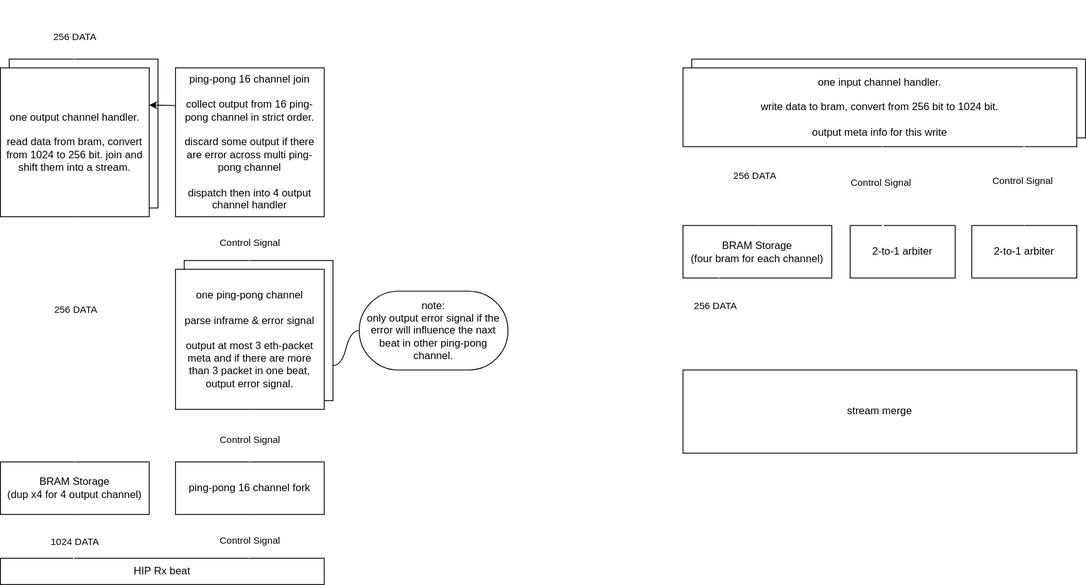
Above: docs/mac.drawio.svg in myrfy001/open-rdma-rtl (draw.io), before the change. Source tidied: cells renumbered, new cells last; positions are measured from the earlier drawing's top-left corner, leaving out a move shared by most shapes. Source of this version:
```xml
<mxGraphModel>
  <root>
    <mxCell id="0" />
    <mxCell id="1" parent="0" />
    <mxCell id="2" style="rounded=0;whiteSpace=wrap;html=1;" parent="1" vertex="1">
      <mxGeometry x="790" y="60" width="450" height="90" as="geometry" />
    </mxCell>
    <mxCell id="3" style="rounded=0;whiteSpace=wrap;html=1;" parent="1" vertex="1">
      <mxGeometry x="10" y="60" width="170" height="170" as="geometry" />
    </mxCell>
    <mxCell id="4" style="rounded=0;whiteSpace=wrap;html=1;" parent="1" vertex="1">
      <mxGeometry x="210" y="290" width="170" height="160" as="geometry" />
    </mxCell>
    <mxCell id="5" value="HIP Rx beat" style="rounded=0;whiteSpace=wrap;html=1;" parent="1" vertex="1">
      <mxGeometry y="630" width="370" height="30" as="geometry" />
    </mxCell>
    <mxCell id="6" value="ping-pong 16 channel fork" style="rounded=0;whiteSpace=wrap;html=1;" parent="1" vertex="1">
      <mxGeometry x="200" y="520" width="170" height="60" as="geometry" />
    </mxCell>
    <mxCell id="7" value="BRAM Storage&lt;br&gt;(dup x4 for 4 output channel)" style="rounded=0;whiteSpace=wrap;html=1;" parent="1" vertex="1">
      <mxGeometry y="520" width="170" height="60" as="geometry" />
    </mxCell>
    <mxCell id="8" style="endArrow=classic;html=1;rounded=0;strokeColor=#FFFFFF;entryX=0.5;entryY=1;entryDx=0;entryDy=0;exitX=0.226;exitY=0.018;exitDx=0;exitDy=0;exitPerimeter=0;" parent="1" edge="1" source="5" target="7">
      <mxGeometry relative="1" as="geometry" />
    </mxCell>
    <mxCell id="9" value="1024 DATA" style="edgeLabel;html=1;align=center;verticalAlign=middle;" parent="8" vertex="1">
      <mxGeometry x="0.34" y="-2" relative="1" as="geometry">
        <mxPoint x="-2" y="14" as="offset" />
      </mxGeometry>
    </mxCell>
    <mxCell id="10" style="endArrow=classic;html=1;rounded=0;strokeColor=#FFFFFF;entryX=0.5;entryY=1;entryDx=0;entryDy=0;" parent="1" edge="1">
      <mxGeometry relative="1" as="geometry">
        <mxPoint x="284.6" y="630" as="sourcePoint" />
        <mxPoint x="284.6" y="580" as="targetPoint" />
      </mxGeometry>
    </mxCell>
    <mxCell id="11" value="Control Signal" style="edgeLabel;html=1;align=center;verticalAlign=middle;" parent="10" vertex="1">
      <mxGeometry x="0.34" y="-2" relative="1" as="geometry">
        <mxPoint x="-2" y="14" as="offset" />
      </mxGeometry>
    </mxCell>
    <mxCell id="12" value="one ping-pong channel&lt;br&gt;&lt;br&gt;parse inframe &amp;amp; error signal&lt;br&gt;&lt;br&gt;output at most 3 eth-packet meta and if there are more than 3 packet in one beat, output error signal." style="rounded=0;whiteSpace=wrap;html=1;" parent="1" vertex="1">
      <mxGeometry x="200" y="300" width="170" height="160" as="geometry" />
    </mxCell>
    <mxCell id="13" value="ping-pong 16 channel join&lt;br&gt;&lt;br&gt;collect output from 16 ping-pong channel in strict order.&lt;br&gt;&lt;br&gt;discard some output if there are error across multi ping-pong channel&lt;br&gt;&lt;br&gt;dispatch then into 4 output channel handler" style="rounded=0;whiteSpace=wrap;html=1;" parent="1" vertex="1">
      <mxGeometry x="200" y="70" width="170" height="170" as="geometry" />
    </mxCell>
    <mxCell id="14" style="endArrow=classic;html=1;rounded=0;strokeColor=#FFFFFF;entryX=0.5;entryY=1;entryDx=0;entryDy=0;" parent="1" edge="1" target="12">
      <mxGeometry relative="1" as="geometry">
        <mxPoint x="284.6" y="520" as="sourcePoint" />
      </mxGeometry>
    </mxCell>
    <mxCell id="15" value="Control Signal" style="edgeLabel;html=1;align=center;verticalAlign=middle;" parent="14" vertex="1">
      <mxGeometry x="0.34" y="-2" relative="1" as="geometry">
        <mxPoint x="-2" y="14" as="offset" />
      </mxGeometry>
    </mxCell>
    <mxCell id="16" style="endArrow=classic;html=1;rounded=0;strokeColor=#FFFFFF;entryX=0.5;entryY=1;entryDx=0;entryDy=0;" parent="1" edge="1">
      <mxGeometry relative="1" as="geometry">
        <mxPoint x="284.6" y="290" as="sourcePoint" />
        <mxPoint x="284.6" y="240" as="targetPoint" />
      </mxGeometry>
    </mxCell>
    <mxCell id="17" value="Control Signal" style="edgeLabel;html=1;align=center;verticalAlign=middle;" parent="16" vertex="1">
      <mxGeometry x="0.34" y="-2" relative="1" as="geometry">
        <mxPoint x="-2" y="14" as="offset" />
      </mxGeometry>
    </mxCell>
    <mxCell id="18" value="note:&lt;br&gt;only output error signal if the error will influence the naxt beat in other ping-pong channel." style="whiteSpace=wrap;html=1;rounded=1;arcSize=50;align=center;verticalAlign=middle;strokeWidth=1;spacing=4;newEdgeStyle={&quot;edgeStyle&quot;:&quot;entityRelationEdgeStyle&quot;,&quot;startArrow&quot;:&quot;none&quot;,&quot;endArrow&quot;:&quot;none&quot;,&quot;segment&quot;:10,&quot;curved&quot;:1,&quot;sourcePerimeterSpacing&quot;:0,&quot;targetPerimeterSpacing&quot;:0};" parent="1" vertex="1">
      <mxGeometry x="410" y="325" width="170" height="90" as="geometry" />
    </mxCell>
    <mxCell id="19" style="edgeStyle=entityRelationEdgeStyle;startArrow=none;endArrow=none;segment=10;curved=1;sourcePerimeterSpacing=0;targetPerimeterSpacing=0;exitX=1;exitY=0.75;exitDx=0;exitDy=0;" parent="1" edge="1" source="4" target="18">
      <mxGeometry relative="1" as="geometry" />
    </mxCell>
    <mxCell id="20" value="one output channel handler.&lt;br&gt;&lt;br&gt;read data from bram, convert from 1024 to 256 bit. join and shift them into a stream." style="rounded=0;whiteSpace=wrap;html=1;" parent="1" vertex="1">
      <mxGeometry y="70" width="170" height="170" as="geometry" />
    </mxCell>
    <mxCell id="21" style="endArrow=none;startArrow=classic;html=1;exitX=1;exitY=0.25;exitDx=0;exitDy=0;endFill=0;" parent="1" edge="1" source="20">
      <mxGeometry relative="1" as="geometry">
        <mxPoint x="200" y="113" as="targetPoint" />
      </mxGeometry>
    </mxCell>
    <mxCell id="22" style="endArrow=classic;html=1;rounded=0;strokeColor=#FFFFFF;exitX=0.5;exitY=0;exitDx=0;exitDy=0;" parent="1" edge="1" source="7" target="20">
      <mxGeometry relative="1" as="geometry" />
    </mxCell>
    <mxCell id="23" value="256&amp;nbsp;DATA" style="edgeLabel;html=1;align=center;verticalAlign=middle;" parent="22" vertex="1">
      <mxGeometry x="0.34" y="-2" relative="1" as="geometry">
        <mxPoint x="-2" y="14" as="offset" />
      </mxGeometry>
    </mxCell>
    <mxCell id="24" style="endArrow=classic;html=1;rounded=0;strokeColor=#FFFFFF;exitX=0.5;exitY=0;exitDx=0;exitDy=0;" parent="1" edge="1">
      <mxGeometry relative="1" as="geometry">
        <mxPoint x="84.4" y="60" as="sourcePoint" />
        <mxPoint x="84" as="targetPoint" />
      </mxGeometry>
    </mxCell>
    <mxCell id="25" value="256&amp;nbsp;DATA" style="edgeLabel;html=1;align=center;verticalAlign=middle;" parent="24" vertex="1">
      <mxGeometry x="0.34" y="-2" relative="1" as="geometry">
        <mxPoint x="-2" y="14" as="offset" />
      </mxGeometry>
    </mxCell>
    <mxCell id="26" value="one input channel handler.&lt;br&gt;&lt;br&gt;write data to bram, convert from 256 bit to 1024 bit.&amp;nbsp;&lt;br&gt;&lt;br&gt;output meta info for this write" style="rounded=0;whiteSpace=wrap;html=1;" parent="1" vertex="1">
      <mxGeometry x="780" y="70" width="450" height="90" as="geometry" />
    </mxCell>
    <mxCell id="27" value="&amp;nbsp;2-to-1 arbiter&lt;br&gt;" style="rounded=0;whiteSpace=wrap;html=1;" parent="1" vertex="1">
      <mxGeometry x="971" y="250" width="120" height="60" as="geometry" />
    </mxCell>
    <mxCell id="28" value="BRAM Storage&lt;br&gt;(four bram for each channel)" style="rounded=0;whiteSpace=wrap;html=1;" parent="1" vertex="1">
      <mxGeometry x="780" y="250" width="170" height="60" as="geometry" />
    </mxCell>
    <mxCell id="29" style="endArrow=classic;html=1;rounded=0;strokeColor=#FFFFFF;entryX=0.5;entryY=0;entryDx=0;entryDy=0;exitX=0.192;exitY=1.014;exitDx=0;exitDy=0;exitPerimeter=0;" parent="1" edge="1" source="26" target="28">
      <mxGeometry relative="1" as="geometry" />
    </mxCell>
    <mxCell id="30" value="256&amp;nbsp;DATA" style="edgeLabel;html=1;align=center;verticalAlign=middle;" parent="29" vertex="1">
      <mxGeometry x="0.34" y="-2" relative="1" as="geometry">
        <mxPoint x="-2" y="-29" as="offset" />
      </mxGeometry>
    </mxCell>
    <mxCell id="31" value="&amp;nbsp;2-to-1 arbiter&lt;br&gt;" style="rounded=0;whiteSpace=wrap;html=1;" parent="1" vertex="1">
      <mxGeometry x="1110" y="250" width="120" height="60" as="geometry" />
    </mxCell>
    <mxCell id="32" style="endArrow=classic;html=1;rounded=0;strokeColor=#FFFFFF;entryX=0.311;entryY=0.037;entryDx=0;entryDy=0;entryPerimeter=0;" parent="1" edge="1" target="27">
      <mxGeometry relative="1" as="geometry">
        <mxPoint x="1008" y="160" as="sourcePoint" />
      </mxGeometry>
    </mxCell>
    <mxCell id="33" value="Control Signal" style="edgeLabel;html=1;align=center;verticalAlign=middle;" parent="32" vertex="1">
      <mxGeometry x="0.34" y="-2" relative="1" as="geometry">
        <mxPoint x="-1" y="-22" as="offset" />
      </mxGeometry>
    </mxCell>
    <mxCell id="34" style="endArrow=classic;html=1;rounded=0;strokeColor=#FFFFFF;entryX=0.311;entryY=0.037;entryDx=0;entryDy=0;entryPerimeter=0;" parent="1" edge="1">
      <mxGeometry relative="1" as="geometry">
        <mxPoint x="1169.8" y="158" as="sourcePoint" />
        <mxPoint x="1170.1" y="250.2" as="targetPoint" />
      </mxGeometry>
    </mxCell>
    <mxCell id="35" value="Control Signal" style="edgeLabel;html=1;align=center;verticalAlign=middle;" parent="34" vertex="1">
      <mxGeometry x="0.34" y="-2" relative="1" as="geometry">
        <mxPoint x="-1" y="-22" as="offset" />
      </mxGeometry>
    </mxCell>
    <mxCell id="36" value="stream merge" style="rounded=0;whiteSpace=wrap;html=1;" parent="1" vertex="1">
      <mxGeometry x="780" y="415" width="450" height="95" as="geometry" />
    </mxCell>
    <mxCell id="37" style="endArrow=classic;html=1;rounded=0;strokeColor=#FFFFFF;entryX=0.5;entryY=0;entryDx=0;entryDy=0;exitX=0.192;exitY=1.014;exitDx=0;exitDy=0;exitPerimeter=0;" parent="1" edge="1">
      <mxGeometry relative="1" as="geometry">
        <mxPoint x="821.4" y="310" as="sourcePoint" />
        <mxPoint x="820" y="398.7" as="targetPoint" />
      </mxGeometry>
    </mxCell>
    <mxCell id="38" value="256&amp;nbsp;DATA" style="edgeLabel;html=1;align=center;verticalAlign=middle;" parent="37" vertex="1">
      <mxGeometry x="0.34" y="-2" relative="1" as="geometry">
        <mxPoint x="-2" y="-29" as="offset" />
      </mxGeometry>
    </mxCell>
  </root>
</mxGraphModel>
```
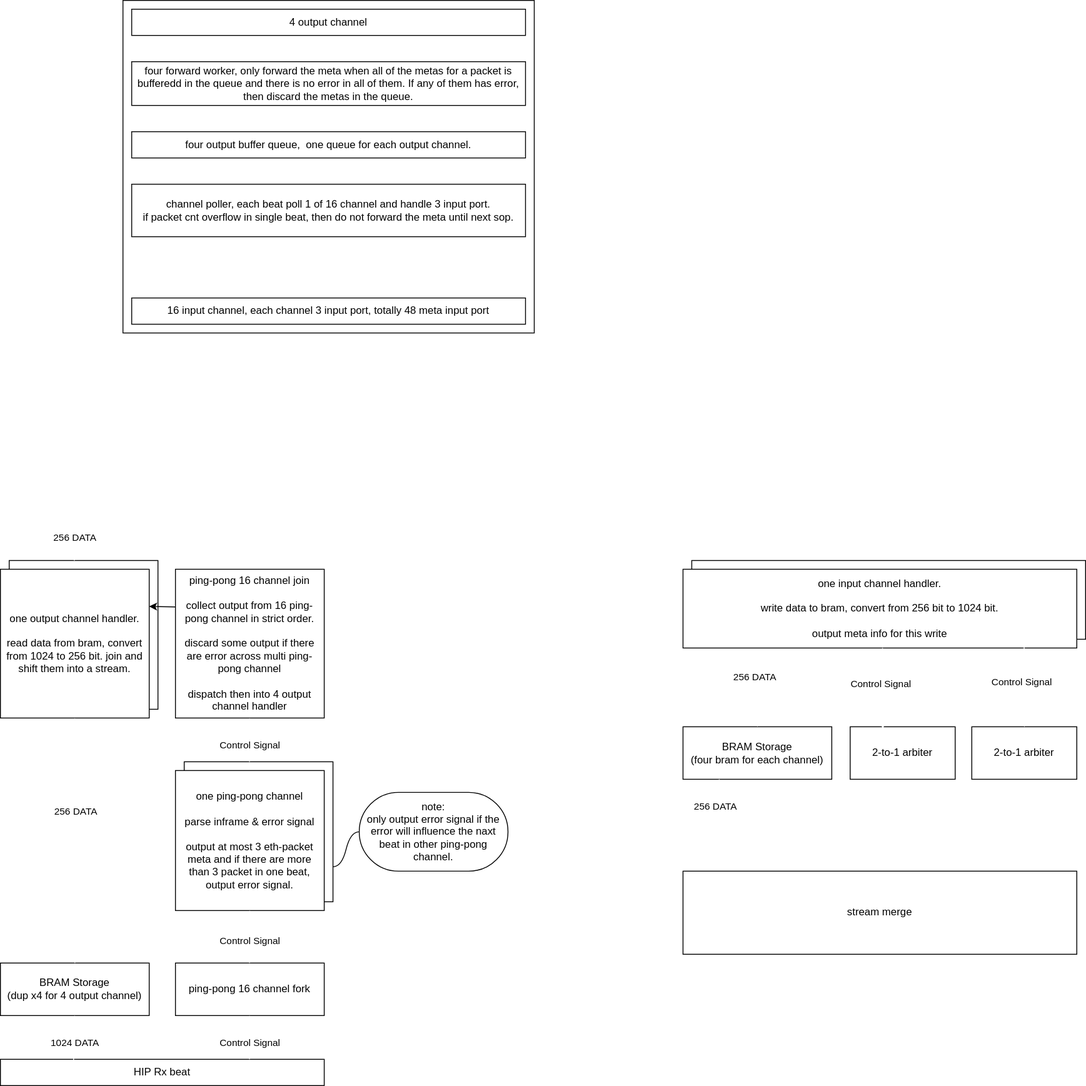
Above is the later version.

Commit message:
finish mkFtileMacRxPingPongSingleChannelProcessor without test

Change to the diagram source:
```diff
@@ -154,5 +154,23 @@
         <mxPoint x="-2" y="-29" as="offset" />
       </mxGeometry>
     </mxCell>
+    <mxCell id="39" style="rounded=0;whiteSpace=wrap;html=1;" parent="1" vertex="1">
+      <mxGeometry x="140" y="-580" width="470" height="380" as="geometry" />
+    </mxCell>
+    <mxCell id="40" value="16 input channel, each channel 3 input port, totally 48 meta input port" style="rounded=0;whiteSpace=wrap;html=1;" parent="1" vertex="1">
+      <mxGeometry x="150" y="-240" width="450" height="30" as="geometry" />
+    </mxCell>
+    <mxCell id="41" value="4 output channel" style="rounded=0;whiteSpace=wrap;html=1;" parent="1" vertex="1">
+      <mxGeometry x="150" y="-570" width="450" height="30" as="geometry" />
+    </mxCell>
+    <mxCell id="42" value="channel poller, each beat poll 1 of 16 channel and handle 3 input port.&lt;br&gt;if packet cnt overflow in single beat, then do not forward the meta until next sop." style="rounded=0;whiteSpace=wrap;html=1;" parent="1" vertex="1">
+      <mxGeometry x="150" y="-370" width="450" height="60" as="geometry" />
+    </mxCell>
+    <mxCell id="43" value="four output buffer queue,&amp;nbsp; one queue for each output channel." style="rounded=0;whiteSpace=wrap;html=1;" parent="1" vertex="1">
+      <mxGeometry x="150" y="-430" width="450" height="30" as="geometry" />
+    </mxCell>
+    <mxCell id="44" value="four forward worker, only forward the meta when all of the metas for a packet is bufferedd in the queue and there is no error in all of them. If any of them has error, then discard the metas in the queue." style="rounded=0;whiteSpace=wrap;html=1;" parent="1" vertex="1">
+      <mxGeometry x="150" y="-510" width="450" height="50" as="geometry" />
+    </mxCell>
   </root>
 </mxGraphModel>
```
